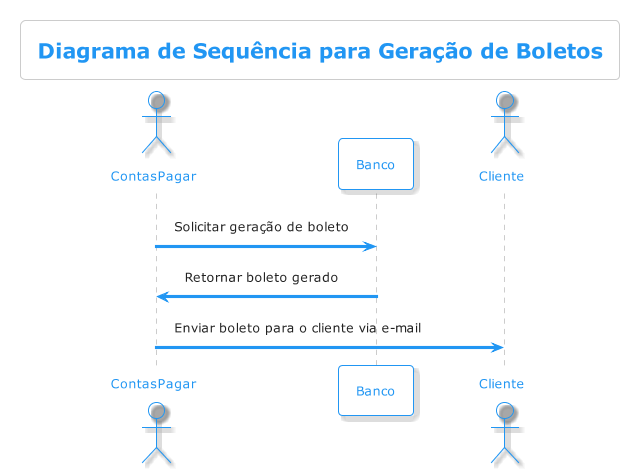
The PlantUML diagram out/docs/Sequence_Geracao/DiagramaSequencia.png in samoryfiotec/Editora, before a commit. The source it was exported from:
```plantuml
@startuml DiagramaSequencia
!theme materia-outline
title Diagrama de Sequência para Geração de Boletos
actor       ContasPagar  as conta
participant       Banco         as banco
actor       Cliente       as cliente
conta -> banco : Solicitar geração de boleto
banco -> conta : Retornar boleto gerado
conta -> cliente : Enviar boleto para o cliente via e-mail

@enduml
```
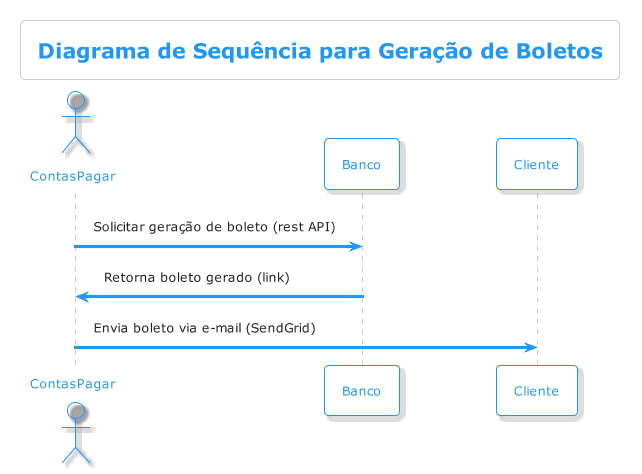
After the change.

What changed in the source:
```diff
@@ -3,9 +3,9 @@
 title Diagrama de Sequência para Geração de Boletos
 actor       ContasPagar  as conta
 participant       Banco         as banco
-actor       Cliente       as cliente
-conta -> banco : Solicitar geração de boleto
-banco -> conta : Retornar boleto gerado
-conta -> cliente : Enviar boleto para o cliente via e-mail
+participant       Cliente       as cliente
+conta -> banco : Solicitar geração de boleto (rest API)
+banco -> conta : Retorna boleto gerado (link)
+conta -> cliente : Envia boleto via e-mail (SendGrid)
 
 @enduml
```
